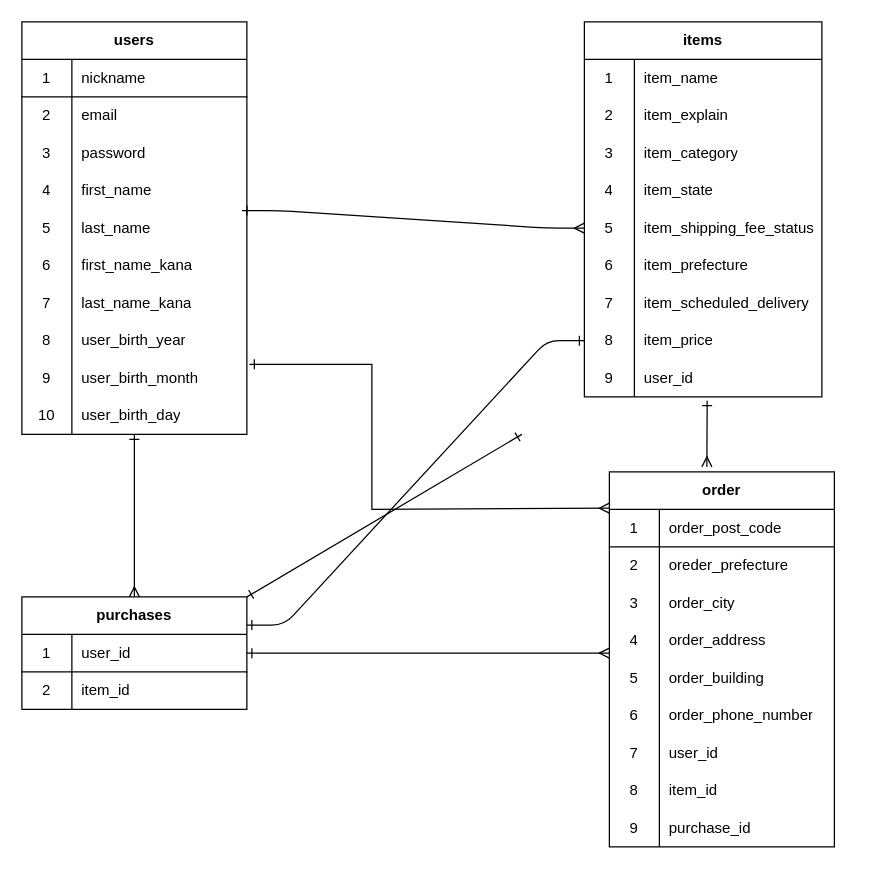
fKyhi/furima-34479 keeps this draw.io diagram as furima-34479.dio. Above is the earlier version. Source tidied: cells renumbered, new cells numbered last; positions are measured from the earlier drawing's top-left corner, leaving out a move shared by most shapes. Both pictures are drawn from the tidied source at 125%, with x=0, y=0 at pixel (21, 21).
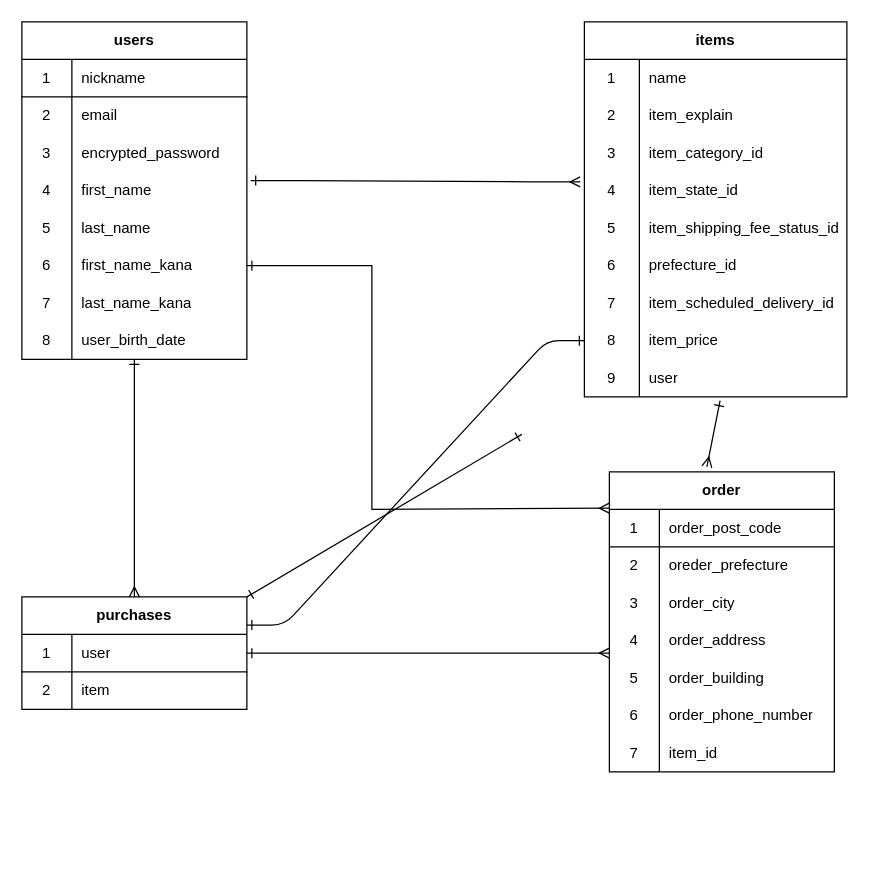
Above is the later version.

Commit message (it also covers changes not shown here):
ER図、README修正

Unchanged cells that the change refers to:
```xml
<mxCell id="9" style="shape=partialRectangle;html=1;whiteSpace=wrap;fillColor=none;top=0;left=0;bottom=0;right=0;" parent="2" vertex="1">
  <mxGeometry y="90" width="180" height="30" as="geometry" />
</mxCell>
<mxCell id="12" style="shape=partialRectangle;html=1;whiteSpace=wrap;fillColor=none;top=0;left=0;bottom=0;right=0;points=[[0,0.5],[1,0.5]];portConstraint=eastwest;" parent="2" vertex="1">
  <mxGeometry y="120" width="180" height="30" as="geometry" />
</mxCell>
<mxCell id="15" style="shape=partialRectangle;html=1;whiteSpace=wrap;fillColor=none;top=0;left=0;bottom=0;right=0;points=[[0,0.5],[1,0.5]];portConstraint=eastwest;" parent="2" vertex="1">
  <mxGeometry y="150" width="180" height="30" as="geometry" />
</mxCell>
<mxCell id="18" style="shape=partialRectangle;html=1;whiteSpace=wrap;fillColor=none;top=0;left=0;bottom=0;right=0;points=[[0,0.5],[1,0.5]];portConstraint=eastwest;" parent="2" vertex="1">
  <mxGeometry y="180" width="180" height="30" as="geometry" />
</mxCell>
<mxCell id="24" style="shape=partialRectangle;html=1;whiteSpace=wrap;fillColor=none;top=0;left=0;bottom=0;right=0;" parent="2" vertex="1">
  <mxGeometry y="240" width="180" height="30" as="geometry" />
</mxCell>
<mxCell id="63" style="shape=partialRectangle;html=1;whiteSpace=wrap;fillColor=none;top=0;left=0;bottom=1;right=0;points=[[0,0.5],[1,0.5]];portConstraint=eastwest;" parent="62" vertex="1">
  <mxGeometry y="30" width="180" height="30" as="geometry" />
</mxCell>
<mxCell id="66" style="shape=partialRectangle;html=1;whiteSpace=wrap;fillColor=none;top=0;left=0;bottom=0;right=0;" parent="62" vertex="1">
  <mxGeometry y="60" width="180" height="30" as="geometry" />
</mxCell>
```

The edit, as a diff of the source:
```diff
@@
     <mxCell id="2" value="users" style="shape=table;html=1;whiteSpace=wrap;startSize=30;childLayout=tableLayout;rowLines=0;fontStyle=1;align=center;" parent="1" vertex="1">
-      <mxGeometry width="180" height="330" as="geometry" />
+      <mxGeometry width="180" height="270" as="geometry" />
     </mxCell>
@@
-    <mxCell id="11" value="password" style="shape=partialRectangle;html=1;whiteSpace=wrap;fillColor=none;top=0;left=0;bottom=0;right=0;align=left;spacingLeft=6;overflow=hidden;" parent="9" vertex="1">
+    <mxCell id="11" value="encrypted_password" style="shape=partialRectangle;html=1;whiteSpace=wrap;fillColor=none;top=0;left=0;bottom=0;right=0;align=left;spacingLeft=6;overflow=hidden;" parent="9" vertex="1">
       <mxGeometry x="40" width="140" height="30" as="geometry" />
     </mxCell>
@@
-    <mxCell id="26" value="user_birth_year" style="shape=partialRectangle;html=1;whiteSpace=wrap;fillColor=none;top=0;left=0;bottom=0;right=0;align=left;spacingLeft=6;overflow=hidden;" parent="24" vertex="1">
+    <mxCell id="26" value="user_birth_date" style="shape=partialRectangle;html=1;whiteSpace=wrap;fillColor=none;top=0;left=0;bottom=0;right=0;align=left;spacingLeft=6;overflow=hidden;" parent="24" vertex="1">
       <mxGeometry x="40" width="140" height="30" as="geometry" />
     </mxCell>
-    <mxCell id="27" style="shape=partialRectangle;html=1;whiteSpace=wrap;fillColor=none;top=0;left=0;bottom=0;right=0;points=[[0,0.5],[1,0.5]];portConstraint=eastwest;" parent="2" vertex="1">
-      <mxGeometry y="270" width="180" height="30" as="geometry" />
-    </mxCell>
-    <mxCell id="28" value="9" style="shape=partialRectangle;html=1;whiteSpace=wrap;fillColor=none;top=0;left=0;bottom=0;right=0;overflow=hidden;" parent="27" vertex="1">
-      <mxGeometry width="40" height="30" as="geometry" />
-    </mxCell>
-    <mxCell id="29" value="user_birth_month" style="shape=partialRectangle;html=1;whiteSpace=wrap;fillColor=none;top=0;left=0;bottom=0;right=0;align=left;spacingLeft=6;overflow=hidden;" parent="27" vertex="1">
-      <mxGeometry x="40" width="140" height="30" as="geometry" />
-    </mxCell>
-    <mxCell id="30" style="shape=partialRectangle;html=1;whiteSpace=wrap;fillColor=none;top=0;left=0;bottom=0;right=0;" parent="2" vertex="1">
-      <mxGeometry y="300" width="180" height="30" as="geometry" />
-    </mxCell>
-    <mxCell id="31" value="10" style="shape=partialRectangle;html=1;whiteSpace=wrap;fillColor=none;top=0;left=0;bottom=0;right=0;overflow=hidden;" parent="30" vertex="1">
-      <mxGeometry width="40" height="30" as="geometry" />
-    </mxCell>
-    <mxCell id="32" value="user_birth_day" style="shape=partialRectangle;html=1;whiteSpace=wrap;fillColor=none;top=0;left=0;bottom=0;right=0;align=left;spacingLeft=6;overflow=hidden;" parent="30" vertex="1">
-      <mxGeometry x="40" width="140" height="30" as="geometry" />
-    </mxCell>
     <mxCell id="33" value="items" style="shape=table;html=1;whiteSpace=wrap;startSize=30;childLayout=tableLayout;rowLines=0;fontStyle=1;align=center;" parent="1" vertex="1">
-      <mxGeometry x="450" width="190" height="300" as="geometry" />
+      <mxGeometry x="450" width="210" height="300" as="geometry" />
     </mxCell>
     <mxCell id="34" style="shape=partialRectangle;html=1;whiteSpace=wrap;fillColor=none;top=0;left=0;bottom=0;right=0;" parent="33" vertex="1">
-      <mxGeometry y="30" width="190" height="30" as="geometry" />
+      <mxGeometry y="30" width="210" height="30" as="geometry" />
     </mxCell>
     <mxCell id="35" value="1" style="shape=partialRectangle;html=1;whiteSpace=wrap;fillColor=none;top=0;left=0;bottom=0;right=0;overflow=hidden;" parent="34" vertex="1">
-      <mxGeometry width="40" height="30" as="geometry" />
+      <mxGeometry width="44" height="30" as="geometry" />
     </mxCell>
-    <mxCell id="36" value="item_name" style="shape=partialRectangle;html=1;whiteSpace=wrap;fillColor=none;top=0;left=0;bottom=0;right=0;align=left;spacingLeft=6;overflow=hidden;" parent="34" vertex="1">
-      <mxGeometry x="40" width="150" height="30" as="geometry" />
+    <mxCell id="36" value="name" style="shape=partialRectangle;html=1;whiteSpace=wrap;fillColor=none;top=0;left=0;bottom=0;right=0;align=left;spacingLeft=6;overflow=hidden;" parent="34" vertex="1">
+      <mxGeometry x="44" width="166" height="30" as="geometry" />
     </mxCell>
     <mxCell id="37" style="shape=partialRectangle;html=1;whiteSpace=wrap;fillColor=none;top=0;left=0;bottom=0;right=0;" parent="33" vertex="1">
-      <mxGeometry y="60" width="190" height="30" as="geometry" />
+      <mxGeometry y="60" width="210" height="30" as="geometry" />
     </mxCell>
     <mxCell id="38" value="2" style="shape=partialRectangle;html=1;whiteSpace=wrap;fillColor=none;top=0;left=0;bottom=0;right=0;overflow=hidden;" parent="37" vertex="1">
-      <mxGeometry width="40" height="30" as="geometry" />
+      <mxGeometry width="44" height="30" as="geometry" />
     </mxCell>
     <mxCell id="39" value="item_explain" style="shape=partialRectangle;html=1;whiteSpace=wrap;fillColor=none;top=0;left=0;bottom=0;right=0;align=left;spacingLeft=6;overflow=hidden;" parent="37" vertex="1">
-      <mxGeometry x="40" width="150" height="30" as="geometry" />
+      <mxGeometry x="44" width="166" height="30" as="geometry" />
     </mxCell>
     <mxCell id="40" style="shape=partialRectangle;html=1;whiteSpace=wrap;fillColor=none;top=0;left=0;bottom=0;right=0;" parent="33" vertex="1">
-      <mxGeometry y="90" width="190" height="30" as="geometry" />
+      <mxGeometry y="90" width="210" height="30" as="geometry" />
     </mxCell>
     <mxCell id="41" value="3" style="shape=partialRectangle;html=1;whiteSpace=wrap;fillColor=none;top=0;left=0;bottom=0;right=0;overflow=hidden;" parent="40" vertex="1">
-      <mxGeometry width="40" height="30" as="geometry" />
+      <mxGeometry width="44" height="30" as="geometry" />
     </mxCell>
-    <mxCell id="42" value="item_category" style="shape=partialRectangle;html=1;whiteSpace=wrap;fillColor=none;top=0;left=0;bottom=0;right=0;align=left;spacingLeft=6;overflow=hidden;" parent="40" vertex="1">
-      <mxGeometry x="40" width="150" height="30" as="geometry" />
+    <mxCell id="42" value="item_category_id" style="shape=partialRectangle;html=1;whiteSpace=wrap;fillColor=none;top=0;left=0;bottom=0;right=0;align=left;spacingLeft=6;overflow=hidden;" parent="40" vertex="1">
+      <mxGeometry x="44" width="166" height="30" as="geometry" />
     </mxCell>
     <mxCell id="43" style="shape=partialRectangle;html=1;whiteSpace=wrap;fillColor=none;top=0;left=0;bottom=0;right=0;points=[[0,0.5],[1,0.5]];portConstraint=eastwest;" parent="33" vertex="1">
-      <mxGeometry y="120" width="190" height="30" as="geometry" />
+      <mxGeometry y="120" width="210" height="30" as="geometry" />
     </mxCell>
     <mxCell id="44" value="4" style="shape=partialRectangle;html=1;whiteSpace=wrap;fillColor=none;top=0;left=0;bottom=0;right=0;overflow=hidden;" parent="43" vertex="1">
-      <mxGeometry width="40" height="30" as="geometry" />
+      <mxGeometry width="44" height="30" as="geometry" />
     </mxCell>
-    <mxCell id="45" value="item_state" style="shape=partialRectangle;html=1;whiteSpace=wrap;fillColor=none;top=0;left=0;bottom=0;right=0;align=left;spacingLeft=6;overflow=hidden;" parent="43" vertex="1">
-      <mxGeometry x="40" width="150" height="30" as="geometry" />
+    <mxCell id="45" value="item_state_id" style="shape=partialRectangle;html=1;whiteSpace=wrap;fillColor=none;top=0;left=0;bottom=0;right=0;align=left;spacingLeft=6;overflow=hidden;" parent="43" vertex="1">
+      <mxGeometry x="44" width="166" height="30" as="geometry" />
     </mxCell>
     <mxCell id="46" style="shape=partialRectangle;html=1;whiteSpace=wrap;fillColor=none;top=0;left=0;bottom=0;right=0;points=[[0,0.5],[1,0.5]];portConstraint=eastwest;" parent="33" vertex="1">
-      <mxGeometry y="150" width="190" height="30" as="geometry" />
+      <mxGeometry y="150" width="210" height="30" as="geometry" />
     </mxCell>
     <mxCell id="47" value="5" style="shape=partialRectangle;html=1;whiteSpace=wrap;fillColor=none;top=0;left=0;bottom=0;right=0;overflow=hidden;" parent="46" vertex="1">
-      <mxGeometry width="40" height="30" as="geometry" />
+      <mxGeometry width="44" height="30" as="geometry" />
     </mxCell>
-    <mxCell id="48" value="item_shipping_fee_status" style="shape=partialRectangle;html=1;whiteSpace=wrap;fillColor=none;top=0;left=0;bottom=0;right=0;align=left;spacingLeft=6;overflow=hidden;" parent="46" vertex="1">
-      <mxGeometry x="40" width="150" height="30" as="geometry" />
+    <mxCell id="48" value="item_shipping_fee_status_id" style="shape=partialRectangle;html=1;whiteSpace=wrap;fillColor=none;top=0;left=0;bottom=0;right=0;align=left;spacingLeft=6;overflow=hidden;" parent="46" vertex="1">
+      <mxGeometry x="44" width="166" height="30" as="geometry" />
     </mxCell>
     <mxCell id="49" style="shape=partialRectangle;html=1;whiteSpace=wrap;fillColor=none;top=0;left=0;bottom=0;right=0;" parent="33" vertex="1">
-      <mxGeometry y="180" width="190" height="30" as="geometry" />
+      <mxGeometry y="180" width="210" height="30" as="geometry" />
     </mxCell>
     <mxCell id="50" value="6" style="shape=partialRectangle;html=1;whiteSpace=wrap;fillColor=none;top=0;left=0;bottom=0;right=0;overflow=hidden;" parent="49" vertex="1">
-      <mxGeometry width="40" height="30" as="geometry" />
+      <mxGeometry width="44" height="30" as="geometry" />
     </mxCell>
-    <mxCell id="51" value="item_prefecture" style="shape=partialRectangle;html=1;whiteSpace=wrap;fillColor=none;top=0;left=0;bottom=0;right=0;align=left;spacingLeft=6;overflow=hidden;" parent="49" vertex="1">
-      <mxGeometry x="40" width="150" height="30" as="geometry" />
+    <mxCell id="51" value="prefecture_id" style="shape=partialRectangle;html=1;whiteSpace=wrap;fillColor=none;top=0;left=0;bottom=0;right=0;align=left;spacingLeft=6;overflow=hidden;" parent="49" vertex="1">
+      <mxGeometry x="44" width="166" height="30" as="geometry" />
     </mxCell>
     <mxCell id="52" style="shape=partialRectangle;html=1;whiteSpace=wrap;fillColor=none;top=0;left=0;bottom=0;right=0;" parent="33" vertex="1">
-      <mxGeometry y="210" width="190" height="30" as="geometry" />
+      <mxGeometry y="210" width="210" height="30" as="geometry" />
     </mxCell>
     <mxCell id="53" value="7" style="shape=partialRectangle;html=1;whiteSpace=wrap;fillColor=none;top=0;left=0;bottom=0;right=0;overflow=hidden;" parent="52" vertex="1">
-      <mxGeometry width="40" height="30" as="geometry" />
+      <mxGeometry width="44" height="30" as="geometry" />
     </mxCell>
-    <mxCell id="54" value="item_scheduled_delivery" style="shape=partialRectangle;html=1;whiteSpace=wrap;fillColor=none;top=0;left=0;bottom=0;right=0;align=left;spacingLeft=6;overflow=hidden;" parent="52" vertex="1">
-      <mxGeometry x="40" width="150" height="30" as="geometry" />
+    <mxCell id="54" value="item_scheduled_delivery_id" style="shape=partialRectangle;html=1;whiteSpace=wrap;fillColor=none;top=0;left=0;bottom=0;right=0;align=left;spacingLeft=6;overflow=hidden;" parent="52" vertex="1">
+      <mxGeometry x="44" width="166" height="30" as="geometry" />
     </mxCell>
     <mxCell id="55" style="shape=partialRectangle;html=1;whiteSpace=wrap;fillColor=none;top=0;left=0;bottom=0;right=0;points=[[0,0.5],[1,0.5]];portConstraint=eastwest;" parent="33" vertex="1">
-      <mxGeometry y="240" width="190" height="30" as="geometry" />
+      <mxGeometry y="240" width="210" height="30" as="geometry" />
     </mxCell>
     <mxCell id="56" value="8" style="shape=partialRectangle;html=1;whiteSpace=wrap;fillColor=none;top=0;left=0;bottom=0;right=0;overflow=hidden;" parent="55" vertex="1">
-      <mxGeometry width="40" height="30" as="geometry" />
+      <mxGeometry width="44" height="30" as="geometry" />
     </mxCell>
     <mxCell id="57" value="item_price" style="shape=partialRectangle;html=1;whiteSpace=wrap;fillColor=none;top=0;left=0;bottom=0;right=0;align=left;spacingLeft=6;overflow=hidden;" parent="55" vertex="1">
-      <mxGeometry x="40" width="150" height="30" as="geometry" />
+      <mxGeometry x="44" width="166" height="30" as="geometry" />
     </mxCell>
     <mxCell id="58" style="shape=partialRectangle;html=1;whiteSpace=wrap;fillColor=none;top=0;left=0;bottom=0;right=0;points=[[0,0.5],[1,0.5]];portConstraint=eastwest;" parent="33" vertex="1">
-      <mxGeometry y="270" width="190" height="30" as="geometry" />
+      <mxGeometry y="270" width="210" height="30" as="geometry" />
     </mxCell>
     <mxCell id="59" value="9" style="shape=partialRectangle;html=1;whiteSpace=wrap;fillColor=none;top=0;left=0;bottom=0;right=0;overflow=hidden;" parent="58" vertex="1">
-      <mxGeometry width="40" height="30" as="geometry" />
+      <mxGeometry width="44" height="30" as="geometry" />
     </mxCell>
-    <mxCell id="60" value="user_id" style="shape=partialRectangle;html=1;whiteSpace=wrap;fillColor=none;top=0;left=0;bottom=0;right=0;align=left;spacingLeft=6;overflow=hidden;" parent="58" vertex="1">
-      <mxGeometry x="40" width="150" height="30" as="geometry" />
+    <mxCell id="60" value="user" style="shape=partialRectangle;html=1;whiteSpace=wrap;fillColor=none;top=0;left=0;bottom=0;right=0;align=left;spacingLeft=6;overflow=hidden;" parent="58" vertex="1">
+      <mxGeometry x="44" width="166" height="30" as="geometry" />
     </mxCell>
-    <mxCell id="61" style="edgeStyle=entityRelationEdgeStyle;fontSize=20;html=1;endArrow=ERmany;startArrow=ERone;entryX=0;entryY=0.5;entryDx=0;entryDy=0;exitX=0.978;exitY=0.033;exitDx=0;exitDy=0;exitPerimeter=0;startFill=0;endFill=0;" parent="1" edge="1" source="15" target="46">
+    <mxCell id="61" style="edgeStyle=entityRelationEdgeStyle;fontSize=20;html=1;endArrow=ERmany;startArrow=ERone;entryX=-0.016;entryY=0.267;entryDx=0;entryDy=0;exitX=1.017;exitY=0.233;exitDx=0;exitDy=0;exitPerimeter=0;startFill=0;endFill=0;entryPerimeter=0;" parent="1" edge="1" source="12" target="43">
       <mxGeometry relative="1" as="geometry" />
     </mxCell>
@@
-    <mxCell id="65" value="user_id" style="shape=partialRectangle;html=1;whiteSpace=wrap;fillColor=none;top=0;left=0;bottom=0;right=0;align=left;spacingLeft=6;overflow=hidden;" parent="63" vertex="1">
+    <mxCell id="65" value="user" style="shape=partialRectangle;html=1;whiteSpace=wrap;fillColor=none;top=0;left=0;bottom=0;right=0;align=left;spacingLeft=6;overflow=hidden;" parent="63" vertex="1">
       <mxGeometry x="40" width="140" height="30" as="geometry" />
     </mxCell>
@@
-    <mxCell id="68" value="item_id" style="shape=partialRectangle;html=1;whiteSpace=wrap;fillColor=none;top=0;left=0;bottom=0;right=0;align=left;spacingLeft=6;overflow=hidden;" parent="66" vertex="1">
+    <mxCell id="68" value="item" style="shape=partialRectangle;html=1;whiteSpace=wrap;fillColor=none;top=0;left=0;bottom=0;right=0;align=left;spacingLeft=6;overflow=hidden;" parent="66" vertex="1">
       <mxGeometry x="40" width="140" height="30" as="geometry" />
     </mxCell>
@@
     <mxCell id="70" value="order" style="shape=table;html=1;whiteSpace=wrap;startSize=30;childLayout=tableLayout;rowLines=0;fontStyle=1;align=center;" parent="1" vertex="1">
-      <mxGeometry x="470" y="360" width="180" height="300" as="geometry" />
+      <mxGeometry x="470" y="360" width="180" height="240" as="geometry" />
     </mxCell>
@@
-    <mxCell id="89" style="shape=partialRectangle;html=1;whiteSpace=wrap;fillColor=none;top=0;left=0;bottom=0;right=0;" parent="70" vertex="1">
-      <mxGeometry y="210" width="180" height="30" as="geometry" />
-    </mxCell>
-    <mxCell id="90" value="7" style="shape=partialRectangle;html=1;whiteSpace=wrap;fillColor=none;top=0;left=0;bottom=0;right=0;overflow=hidden;" parent="89" vertex="1">
-      <mxGeometry width="40" height="30" as="geometry" />
-    </mxCell>
-    <mxCell id="91" value="user_id" style="shape=partialRectangle;html=1;whiteSpace=wrap;fillColor=none;top=0;left=0;bottom=0;right=0;align=left;spacingLeft=6;overflow=hidden;" parent="89" vertex="1">
-      <mxGeometry x="40" width="140" height="30" as="geometry" />
-    </mxCell>
     <mxCell id="92" style="shape=partialRectangle;html=1;whiteSpace=wrap;fillColor=none;top=0;left=0;bottom=0;right=0;" parent="70" vertex="1">
-      <mxGeometry y="240" width="180" height="30" as="geometry" />
+      <mxGeometry y="210" width="180" height="30" as="geometry" />
     </mxCell>
-    <mxCell id="93" value="8" style="shape=partialRectangle;html=1;whiteSpace=wrap;fillColor=none;top=0;left=0;bottom=0;right=0;overflow=hidden;" parent="92" vertex="1">
+    <mxCell id="93" value="7" style="shape=partialRectangle;html=1;whiteSpace=wrap;fillColor=none;top=0;left=0;bottom=0;right=0;overflow=hidden;" parent="92" vertex="1">
       <mxGeometry width="40" height="30" as="geometry" />
     </mxCell>
@@
-    <mxCell id="95" style="shape=partialRectangle;html=1;whiteSpace=wrap;fillColor=none;top=0;left=0;bottom=0;right=0;" parent="70" vertex="1">
-      <mxGeometry y="270" width="180" height="30" as="geometry" />
-    </mxCell>
-    <mxCell id="96" value="9" style="shape=partialRectangle;html=1;whiteSpace=wrap;fillColor=none;top=0;left=0;bottom=0;right=0;overflow=hidden;" parent="95" vertex="1">
-      <mxGeometry width="40" height="30" as="geometry" />
-    </mxCell>
-    <mxCell id="97" value="purchase_id" style="shape=partialRectangle;html=1;whiteSpace=wrap;fillColor=none;top=0;left=0;bottom=0;right=0;align=left;spacingLeft=6;overflow=hidden;" parent="95" vertex="1">
-      <mxGeometry x="40" width="140" height="30" as="geometry" />
-    </mxCell>
@@
-    <mxCell id="100" style="endArrow=ERmany;html=1;rounded=0;fontSize=20;exitX=1.011;exitY=0.133;exitDx=0;exitDy=0;exitPerimeter=0;endFill=0;startArrow=ERone;startFill=0;" parent="1" edge="1" source="27">
+    <mxCell id="100" style="endArrow=ERmany;html=1;rounded=0;fontSize=20;endFill=0;startArrow=ERone;startFill=0;exitX=1;exitY=0.5;exitDx=0;exitDy=0;" parent="1" edge="1" source="18">
       <mxGeometry relative="1" as="geometry">
         <mxPoint x="470" y="389" as="targetPoint" />
         <Array as="points">
-          <mxPoint x="280" y="274" />
+          <mxPoint x="280" y="195" />
           <mxPoint x="280" y="390" />
         </Array>
       </mxGeometry>
     </mxCell>
```
